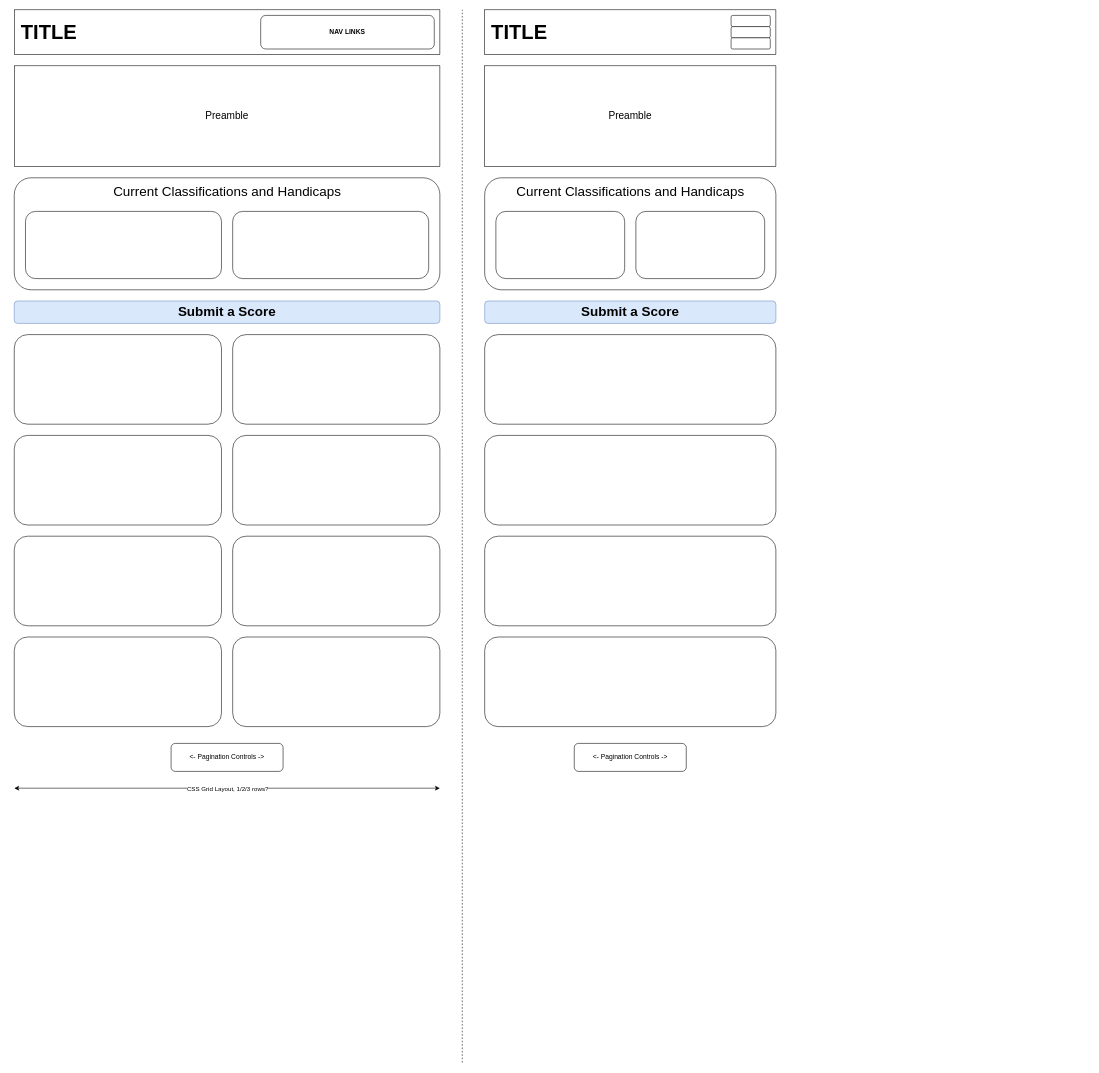
corey-richardson/comp3000 keeps this draw.io diagram as 04-Wireframes/USER-Scores.drawio. Above is the earlier version. Source tidied: cells renumbered, new cells numbered last; positions are measured from the earlier drawing's top-left corner, leaving out a move shared by most shapes. Both pictures are drawn from the tidied source at 56%, with x=0, y=0 at pixel (14, 10).
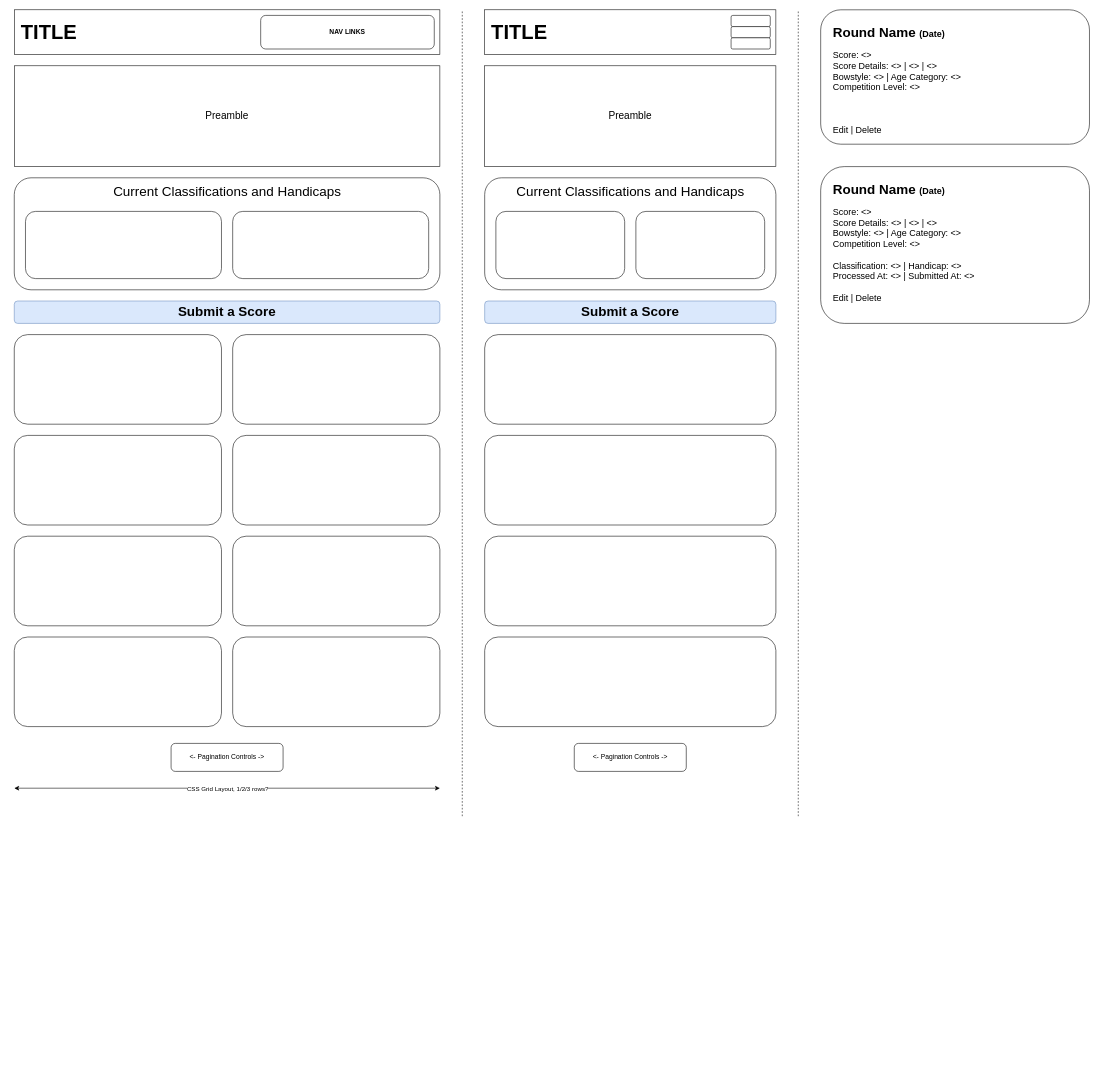
The same diagram, later.

Commit message:
Updated Score wireframe with score card

The edit, as a diff of the source:
```diff
@@
     <mxCell id="10" style="endArrow=none;dashed=1;html=1;rounded=0;" parent="1" edge="1">
       <mxGeometry relative="1" as="geometry">
-        <mxPoint x="800" y="1880" as="sourcePoint" />
+        <mxPoint x="800" y="1440" as="sourcePoint" />
         <mxPoint x="800" as="targetPoint" />
       </mxGeometry>
     </mxCell>
@@
+    <mxCell id="37" style="rounded=1;whiteSpace=wrap;html=1;" parent="1" vertex="1">
+      <mxGeometry x="1440" width="480" height="240" as="geometry" />
+    </mxCell>
+    <mxCell id="38" style="endArrow=none;dashed=1;html=1;rounded=0;" parent="1" edge="1">
+      <mxGeometry relative="1" as="geometry">
+        <mxPoint x="1400" y="1440" as="sourcePoint" />
+        <mxPoint x="1400" as="targetPoint" />
+      </mxGeometry>
+    </mxCell>
+    <mxCell id="39" value="&lt;h1 style=&quot;margin-top: 0px;&quot;&gt;Round Name &lt;font style=&quot;font-size: 16px;&quot;&gt;(Date)&lt;/font&gt;&lt;/h1&gt;&lt;div&gt;&lt;font style=&quot;font-size: 16px;&quot;&gt;Score: &amp;lt;&amp;gt;&lt;/font&gt;&lt;/div&gt;&lt;div&gt;&lt;font style=&quot;font-size: 16px;&quot;&gt;Score Details: &amp;lt;&amp;gt; | &amp;lt;&amp;gt; | &amp;lt;&amp;gt;&lt;/font&gt;&lt;/div&gt;&lt;div&gt;&lt;font style=&quot;font-size: 16px;&quot;&gt;Bowstyle: &amp;lt;&amp;gt; | Age Category: &amp;lt;&amp;gt;&lt;/font&gt;&lt;/div&gt;&lt;div&gt;&lt;font style=&quot;font-size: 16px;&quot;&gt;Competition Level: &amp;lt;&amp;gt;&lt;/font&gt;&lt;/div&gt;&lt;div&gt;&lt;font style=&quot;font-size: 16px;&quot;&gt;&lt;br&gt;&lt;/font&gt;&lt;/div&gt;&lt;div&gt;&lt;font style=&quot;font-size: 16px;&quot;&gt;&lt;br&gt;&lt;/font&gt;&lt;/div&gt;&lt;div&gt;&lt;font style=&quot;font-size: 16px;&quot;&gt;&lt;br&gt;&lt;/font&gt;&lt;/div&gt;&lt;div&gt;&lt;font style=&quot;font-size: 16px;&quot;&gt;Edit | Delete&lt;/font&gt;&lt;/div&gt;" style="text;html=1;whiteSpace=wrap;overflow=hidden;rounded=0;" parent="1" vertex="1">
+      <mxGeometry x="1460" y="20" width="440" height="200" as="geometry" />
+    </mxCell>
+    <mxCell id="40" style="rounded=1;whiteSpace=wrap;html=1;" parent="1" vertex="1">
+      <mxGeometry x="1440" y="280" width="480" height="280" as="geometry" />
+    </mxCell>
+    <mxCell id="41" value="&lt;h1 style=&quot;margin-top: 0px;&quot;&gt;Round Name &lt;font style=&quot;font-size: 16px;&quot;&gt;(Date)&lt;/font&gt;&lt;/h1&gt;&lt;div&gt;&lt;font style=&quot;font-size: 16px;&quot;&gt;Score: &amp;lt;&amp;gt;&lt;/font&gt;&lt;/div&gt;&lt;div&gt;&lt;font style=&quot;font-size: 16px;&quot;&gt;Score Details: &amp;lt;&amp;gt; | &amp;lt;&amp;gt; | &amp;lt;&amp;gt;&lt;/font&gt;&lt;/div&gt;&lt;div&gt;&lt;font style=&quot;font-size: 16px;&quot;&gt;Bowstyle: &amp;lt;&amp;gt; | Age Category: &amp;lt;&amp;gt;&lt;/font&gt;&lt;/div&gt;&lt;div&gt;&lt;font style=&quot;font-size: 16px;&quot;&gt;Competition Level: &amp;lt;&amp;gt;&lt;/font&gt;&lt;/div&gt;&lt;div&gt;&lt;font style=&quot;font-size: 16px;&quot;&gt;&lt;br&gt;&lt;/font&gt;&lt;/div&gt;&lt;div&gt;&lt;font style=&quot;font-size: 16px;&quot;&gt;Classification: &amp;lt;&amp;gt; | Handicap: &amp;lt;&amp;gt;&lt;/font&gt;&lt;/div&gt;&lt;div&gt;&lt;font style=&quot;font-size: 16px;&quot;&gt;Processed At: &amp;lt;&amp;gt; | Submitted At: &amp;lt;&amp;gt;&lt;/font&gt;&lt;/div&gt;&lt;div&gt;&lt;font style=&quot;font-size: 16px;&quot;&gt;&lt;br&gt;&lt;/font&gt;&lt;/div&gt;&lt;div&gt;&lt;font style=&quot;font-size: 16px;&quot;&gt;Edit | Delete&lt;/font&gt;&lt;/div&gt;&lt;div&gt;&lt;font style=&quot;font-size: 16px;&quot;&gt;&lt;br&gt;&lt;/font&gt;&lt;/div&gt;&lt;div&gt;&lt;font style=&quot;font-size: 16px;&quot;&gt;&lt;br&gt;&lt;/font&gt;&lt;/div&gt;" style="text;html=1;whiteSpace=wrap;overflow=hidden;rounded=0;" parent="1" vertex="1">
+      <mxGeometry x="1460" y="300" width="440" height="240" as="geometry" />
+    </mxCell>
```
